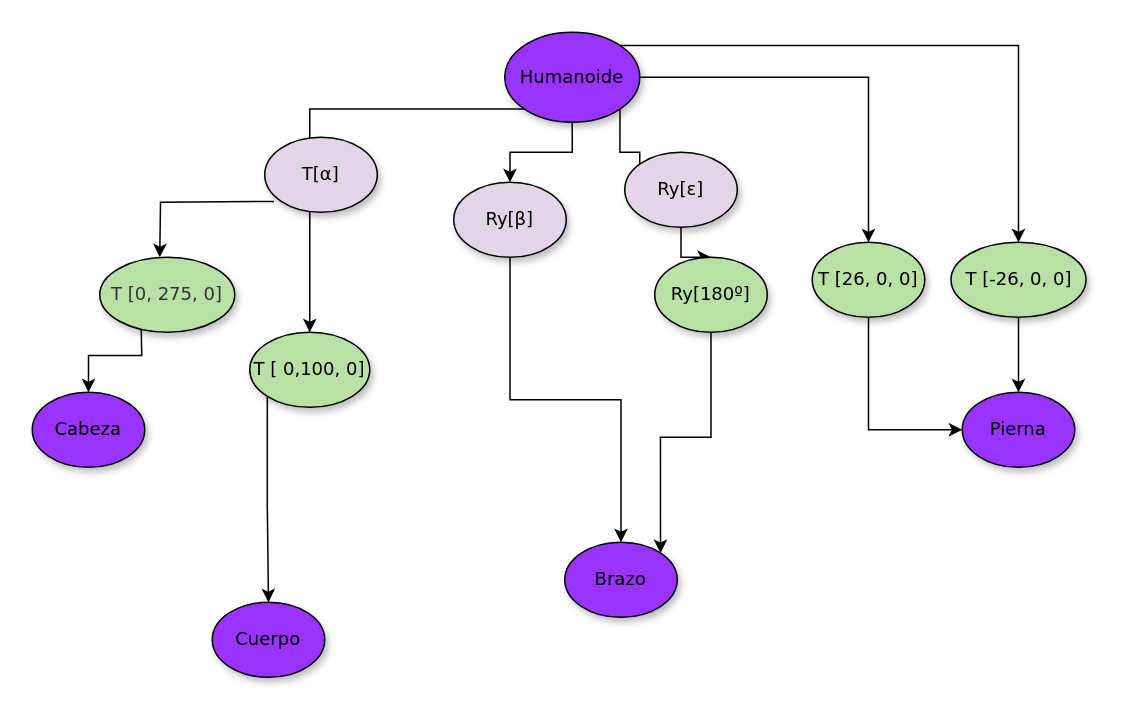
Before: docs/Humanoide.drawio in Cristinasj/IG, a draw.io diagram. Source tidied: cells renumbered, new cells numbered last; positions are measured from the earlier drawing's top-left corner, leaving out a move shared by most shapes. Both pictures are drawn from the tidied source at 150%, with x=0, y=0 at pixel (32, 32).
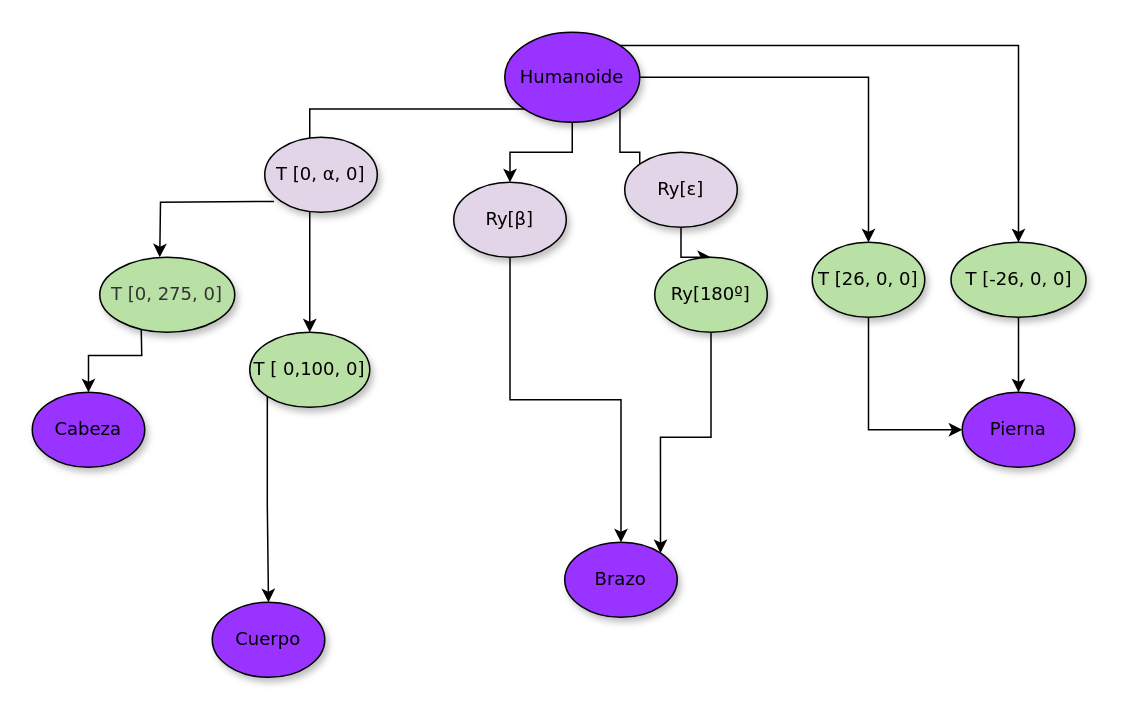
After the change.

The edit, as a diff of the source:
```diff
@@
-    <mxCell id="26" value="T[α]" style="ellipse;whiteSpace=wrap;html=1;rounded=0;shadow=1;comic=0;labelBackgroundColor=none;strokeWidth=1;fontFamily=Verdana;fontSize=12;align=center;fillColor=#e1d5e7;strokeColor=#000000;" parent="1" vertex="1">
+    <mxCell id="26" value="&lt;div&gt;T [0, α, 0]&lt;/div&gt;" style="ellipse;whiteSpace=wrap;html=1;rounded=0;shadow=1;comic=0;labelBackgroundColor=none;strokeWidth=1;fontFamily=Verdana;fontSize=12;align=center;fillColor=#e1d5e7;strokeColor=#000000;" parent="1" vertex="1">
       <mxGeometry x="155" y="70" width="75" height="50" as="geometry" />
     </mxCell>
```
